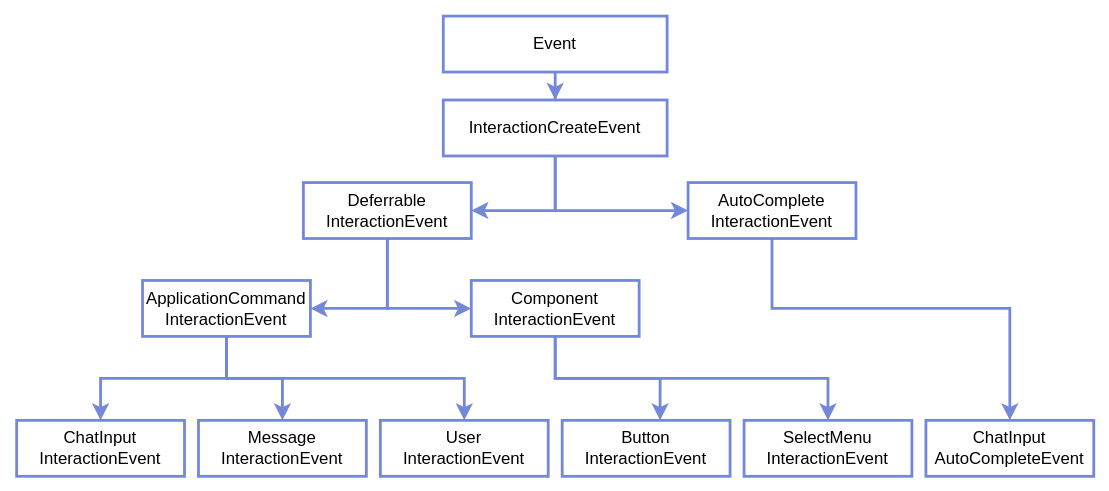
This is static/img/interactions/hierarchy.svg from Discord4J/documentation, a draw.io export, as it was before one commit. Source tidied: cells renumbered, new cells last; positions are measured from the earlier drawing's top-left corner, leaving out a move shared by most shapes.
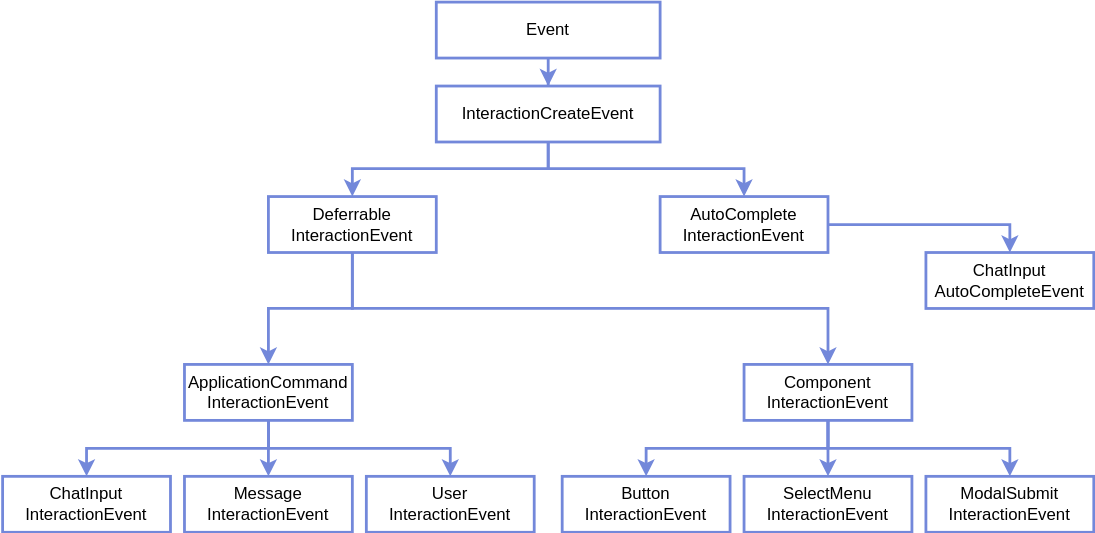
The same file after the commit.

Commit message:
Update interaction event hierarchy

What changed in the source:
```diff
@@ -6,93 +6,111 @@
       <mxGeometry relative="1" as="geometry" />
     </mxCell>
     <mxCell id="3" value="Event" style="rounded=0;whiteSpace=wrap;html=1;strokeColor=#7388DA;strokeWidth=2;" parent="1" vertex="1">
-      <mxGeometry x="305" width="160" height="40" as="geometry" />
+      <mxGeometry x="320" width="160" height="40" as="geometry" />
     </mxCell>
-    <mxCell id="4" style="edgeStyle=orthogonalEdgeStyle;rounded=0;jettySize=auto;html=1;entryX=1;entryY=0.5;entryDx=0;entryDy=0;strokeColor=#7388DA;strokeWidth=2;" parent="1" edge="1" source="6" target="9">
+    <mxCell id="4" style="edgeStyle=orthogonalEdgeStyle;rounded=0;jettySize=auto;html=1;entryX=0.5;entryY=0;entryDx=0;entryDy=0;strokeColor=#7388DA;strokeWidth=2;exitX=0.5;exitY=1;exitDx=0;exitDy=0;" parent="1" edge="1" source="6" target="9">
       <mxGeometry relative="1" as="geometry">
         <Array as="points">
-          <mxPoint x="385" y="139" />
+          <mxPoint x="400" y="119" />
+          <mxPoint x="260" y="119" />
         </Array>
       </mxGeometry>
     </mxCell>
-    <mxCell id="5" style="edgeStyle=orthogonalEdgeStyle;rounded=0;jettySize=auto;html=1;entryX=0;entryY=0.5;entryDx=0;entryDy=0;strokeColor=#7388DA;strokeWidth=2;" parent="1" edge="1" source="6" target="11">
+    <mxCell id="5" style="edgeStyle=orthogonalEdgeStyle;rounded=0;jettySize=auto;html=1;entryX=0.5;entryY=0;entryDx=0;entryDy=0;strokeColor=#7388DA;strokeWidth=2;exitX=0.5;exitY=1;exitDx=0;exitDy=0;" parent="1" edge="1" source="6" target="11">
       <mxGeometry relative="1" as="geometry">
         <Array as="points">
-          <mxPoint x="385" y="139" />
+          <mxPoint x="400" y="119" />
+          <mxPoint x="540" y="119" />
         </Array>
       </mxGeometry>
     </mxCell>
     <mxCell id="6" value="InteractionCreateEvent" style="rounded=0;whiteSpace=wrap;html=1;strokeColor=#7388DA;strokeWidth=2;" parent="1" vertex="1">
-      <mxGeometry x="305" y="60" width="160" height="40" as="geometry" />
+      <mxGeometry x="320" y="60" width="160" height="40" as="geometry" />
     </mxCell>
-    <mxCell id="7" style="edgeStyle=orthogonalEdgeStyle;rounded=0;jettySize=auto;html=1;entryX=0;entryY=0.5;entryDx=0;entryDy=0;strokeColor=#7388DA;strokeWidth=2;" parent="1" edge="1" source="9" target="21">
-      <mxGeometry relative="1" as="geometry" />
+    <mxCell id="7" style="edgeStyle=orthogonalEdgeStyle;rounded=0;jettySize=auto;html=1;entryX=0.5;entryY=0;entryDx=0;entryDy=0;strokeColor=#7388DA;strokeWidth=2;exitX=0.5;exitY=1;exitDx=0;exitDy=0;" parent="1" edge="1" source="9" target="21">
+      <mxGeometry relative="1" as="geometry">
+        <Array as="points">
+          <mxPoint x="260" y="219" />
+          <mxPoint x="600" y="219" />
+        </Array>
+      </mxGeometry>
     </mxCell>
-    <mxCell id="8" style="edgeStyle=orthogonalEdgeStyle;rounded=0;jettySize=auto;html=1;entryX=1;entryY=0.5;entryDx=0;entryDy=0;strokeColor=#7388DA;strokeWidth=2;" parent="1" edge="1" source="9" target="15">
-      <mxGeometry relative="1" as="geometry" />
+    <mxCell id="8" style="edgeStyle=orthogonalEdgeStyle;rounded=0;jettySize=auto;html=1;entryX=0.5;entryY=0;entryDx=0;entryDy=0;strokeColor=#7388DA;strokeWidth=2;exitX=0.5;exitY=1;exitDx=0;exitDy=0;" parent="1" edge="1" source="9" target="15">
+      <mxGeometry relative="1" as="geometry">
+        <Array as="points">
+          <mxPoint x="260" y="219" />
+          <mxPoint x="200" y="219" />
+        </Array>
+      </mxGeometry>
     </mxCell>
     <mxCell id="9" value="Deferrable&lt;br&gt;InteractionEvent" style="rounded=0;whiteSpace=wrap;html=1;strokeColor=#7388DA;strokeWidth=2;" parent="1" vertex="1">
-      <mxGeometry x="205" y="119" width="120" height="40" as="geometry" />
+      <mxGeometry x="200" y="139" width="120" height="40" as="geometry" />
     </mxCell>
-    <mxCell id="10" style="edgeStyle=orthogonalEdgeStyle;rounded=0;jettySize=auto;html=1;entryX=0.5;entryY=0;entryDx=0;entryDy=0;strokeColor=#7388DA;strokeWidth=2;" parent="1" edge="1" source="11" target="24">
-      <mxGeometry relative="1" as="geometry">
-        <Array as="points">
-          <mxPoint x="540" y="209" />
-          <mxPoint x="710" y="209" />
-        </Array>
-      </mxGeometry>
+    <mxCell id="10" style="edgeStyle=orthogonalEdgeStyle;rounded=0;jettySize=auto;html=1;entryX=0.5;entryY=0;entryDx=0;entryDy=0;strokeColor=#7388DA;strokeWidth=2;exitX=1;exitY=0.5;exitDx=0;exitDy=0;" parent="1" edge="1" source="11" target="24">
+      <mxGeometry relative="1" as="geometry" />
     </mxCell>
     <mxCell id="11" value="AutoComplete&lt;br&gt;InteractionEvent" style="rounded=0;whiteSpace=wrap;html=1;strokeColor=#7388DA;strokeWidth=2;" parent="1" vertex="1">
-      <mxGeometry x="480" y="119" width="120" height="40" as="geometry" />
+      <mxGeometry x="480" y="139" width="120" height="40" as="geometry" />
     </mxCell>
-    <mxCell id="12" style="edgeStyle=orthogonalEdgeStyle;rounded=0;jettySize=auto;html=1;entryX=0.5;entryY=0;entryDx=0;entryDy=0;strokeColor=#7388DA;strokeWidth=2;" parent="1" edge="1" source="15" target="16">
+    <mxCell id="12" style="edgeStyle=orthogonalEdgeStyle;rounded=0;jettySize=auto;html=1;entryX=0.5;entryY=0;entryDx=0;entryDy=0;strokeColor=#7388DA;strokeWidth=2;exitX=0.5;exitY=1;exitDx=0;exitDy=0;" parent="1" edge="1" source="15" target="16">
       <mxGeometry relative="1" as="geometry" />
     </mxCell>
     <mxCell id="13" style="edgeStyle=orthogonalEdgeStyle;rounded=0;jettySize=auto;html=1;entryX=0.5;entryY=0;entryDx=0;entryDy=0;strokeColor=#7388DA;strokeWidth=2;" parent="1" edge="1" source="15" target="17">
       <mxGeometry relative="1" as="geometry" />
     </mxCell>
-    <mxCell id="14" style="edgeStyle=orthogonalEdgeStyle;rounded=0;jettySize=auto;html=1;entryX=0.5;entryY=0;entryDx=0;entryDy=0;strokeColor=#7388DA;strokeWidth=2;" parent="1" edge="1" source="15" target="18">
+    <mxCell id="14" style="edgeStyle=orthogonalEdgeStyle;rounded=0;jettySize=auto;html=1;entryX=0.5;entryY=0;entryDx=0;entryDy=0;strokeColor=#7388DA;strokeWidth=2;entryPerimeter=0;exitX=0.5;exitY=1;exitDx=0;exitDy=0;" parent="1" edge="1" source="15" target="18">
       <mxGeometry relative="1" as="geometry">
         <Array as="points">
-          <mxPoint x="150" y="259" />
-          <mxPoint x="320" y="259" />
+          <mxPoint x="200" y="319" />
+          <mxPoint x="330" y="319" />
         </Array>
       </mxGeometry>
     </mxCell>
     <mxCell id="15" value="ApplicationCommand&lt;br&gt;InteractionEvent" style="rounded=0;whiteSpace=wrap;html=1;strokeColor=#7388DA;strokeWidth=2;" parent="1" vertex="1">
-      <mxGeometry x="90" y="189" width="120" height="40" as="geometry" />
+      <mxGeometry x="140" y="259" width="120" height="40" as="geometry" />
     </mxCell>
     <mxCell id="16" value="ChatInput&lt;br&gt;InteractionEvent" style="rounded=0;whiteSpace=wrap;html=1;strokeColor=#7388DA;strokeWidth=2;" parent="1" vertex="1">
-      <mxGeometry y="289" width="120" height="40" as="geometry" />
+      <mxGeometry x="10" y="339" width="120" height="40" as="geometry" />
     </mxCell>
     <mxCell id="17" value="Message&lt;br&gt;InteractionEvent" style="rounded=0;whiteSpace=wrap;html=1;strokeColor=#7388DA;strokeWidth=2;" parent="1" vertex="1">
-      <mxGeometry x="130" y="289" width="120" height="40" as="geometry" />
+      <mxGeometry x="140" y="339" width="120" height="40" as="geometry" />
     </mxCell>
     <mxCell id="18" value="User&lt;br&gt;InteractionEvent" style="rounded=0;whiteSpace=wrap;html=1;strokeColor=#7388DA;strokeWidth=2;" parent="1" vertex="1">
-      <mxGeometry x="260" y="289" width="120" height="40" as="geometry" />
+      <mxGeometry x="270" y="339" width="120" height="40" as="geometry" />
     </mxCell>
-    <mxCell id="19" style="edgeStyle=orthogonalEdgeStyle;rounded=0;jettySize=auto;html=1;entryX=0.583;entryY=0;entryDx=0;entryDy=0;entryPerimeter=0;strokeColor=#7388DA;strokeWidth=2;" parent="1" edge="1" source="21" target="22">
+    <mxCell id="19" style="edgeStyle=orthogonalEdgeStyle;rounded=0;jettySize=auto;html=1;entryX=0.5;entryY=0;entryDx=0;entryDy=0;strokeColor=#7388DA;strokeWidth=2;exitX=0.5;exitY=1;exitDx=0;exitDy=0;" parent="1" edge="1" source="21" target="22">
       <mxGeometry relative="1" as="geometry" />
     </mxCell>
-    <mxCell id="20" style="edgeStyle=orthogonalEdgeStyle;rounded=0;jettySize=auto;html=1;entryX=0.5;entryY=0;entryDx=0;entryDy=0;strokeColor=#7388DA;strokeWidth=2;" parent="1" edge="1" source="21" target="23">
+    <mxCell id="20" style="edgeStyle=orthogonalEdgeStyle;rounded=0;jettySize=auto;html=1;entryX=0.5;entryY=0;entryDx=0;entryDy=0;strokeColor=#7388DA;strokeWidth=2;exitX=0.5;exitY=1;exitDx=0;exitDy=0;" parent="1" edge="1" source="21" target="23">
       <mxGeometry relative="1" as="geometry">
         <Array as="points">
-          <mxPoint x="385" y="259" />
-          <mxPoint x="580" y="259" />
+          <mxPoint x="600" y="309" />
+          <mxPoint x="600" y="309" />
         </Array>
       </mxGeometry>
     </mxCell>
     <mxCell id="21" value="Component&lt;br&gt;InteractionEvent" style="rounded=0;whiteSpace=wrap;html=1;strokeColor=#7388DA;strokeWidth=2;" parent="1" vertex="1">
-      <mxGeometry x="325" y="189" width="120" height="40" as="geometry" />
+      <mxGeometry x="540" y="259" width="120" height="40" as="geometry" />
     </mxCell>
     <mxCell id="22" value="Button&lt;br&gt;InteractionEvent" style="rounded=0;whiteSpace=wrap;html=1;strokeColor=#7388DA;strokeWidth=2;" parent="1" vertex="1">
-      <mxGeometry x="390" y="289" width="120" height="40" as="geometry" />
+      <mxGeometry x="410" y="339" width="120" height="40" as="geometry" />
     </mxCell>
     <mxCell id="23" value="SelectMenu&lt;br&gt;InteractionEvent" style="rounded=0;whiteSpace=wrap;html=1;strokeColor=#7388DA;strokeWidth=2;" parent="1" vertex="1">
-      <mxGeometry x="520" y="289" width="120" height="40" as="geometry" />
+      <mxGeometry x="540" y="339" width="120" height="40" as="geometry" />
     </mxCell>
     <mxCell id="24" value="ChatInput&lt;br&gt;AutoCompleteEvent" style="rounded=0;whiteSpace=wrap;html=1;strokeColor=#7388DA;strokeWidth=2;" parent="1" vertex="1">
-      <mxGeometry x="650" y="289" width="120" height="40" as="geometry" />
+      <mxGeometry x="670" y="179" width="120" height="40" as="geometry" />
     </mxCell>
+    <mxCell id="25" value="ModalSubmit&lt;br&gt;InteractionEvent" style="rounded=0;whiteSpace=wrap;html=1;strokeColor=#7388DA;strokeWidth=2;" parent="1" vertex="1">
+      <mxGeometry x="670" y="339" width="120" height="40" as="geometry" />
+    </mxCell>
+    <mxCell id="26" style="edgeStyle=orthogonalEdgeStyle;rounded=0;jettySize=auto;html=1;entryX=0.5;entryY=0;entryDx=0;entryDy=0;strokeColor=#7388DA;strokeWidth=2;exitX=0.5;exitY=1;exitDx=0;exitDy=0;" parent="1" edge="1" source="21" target="25">
+      <mxGeometry relative="1" as="geometry">
+        <Array as="points">
+          <mxPoint x="600" y="319" />
+          <mxPoint x="730" y="319" />
+        </Array>
+      </mxGeometry>
+    </mxCell>
   </root>
 </mxGraphModel>
```
